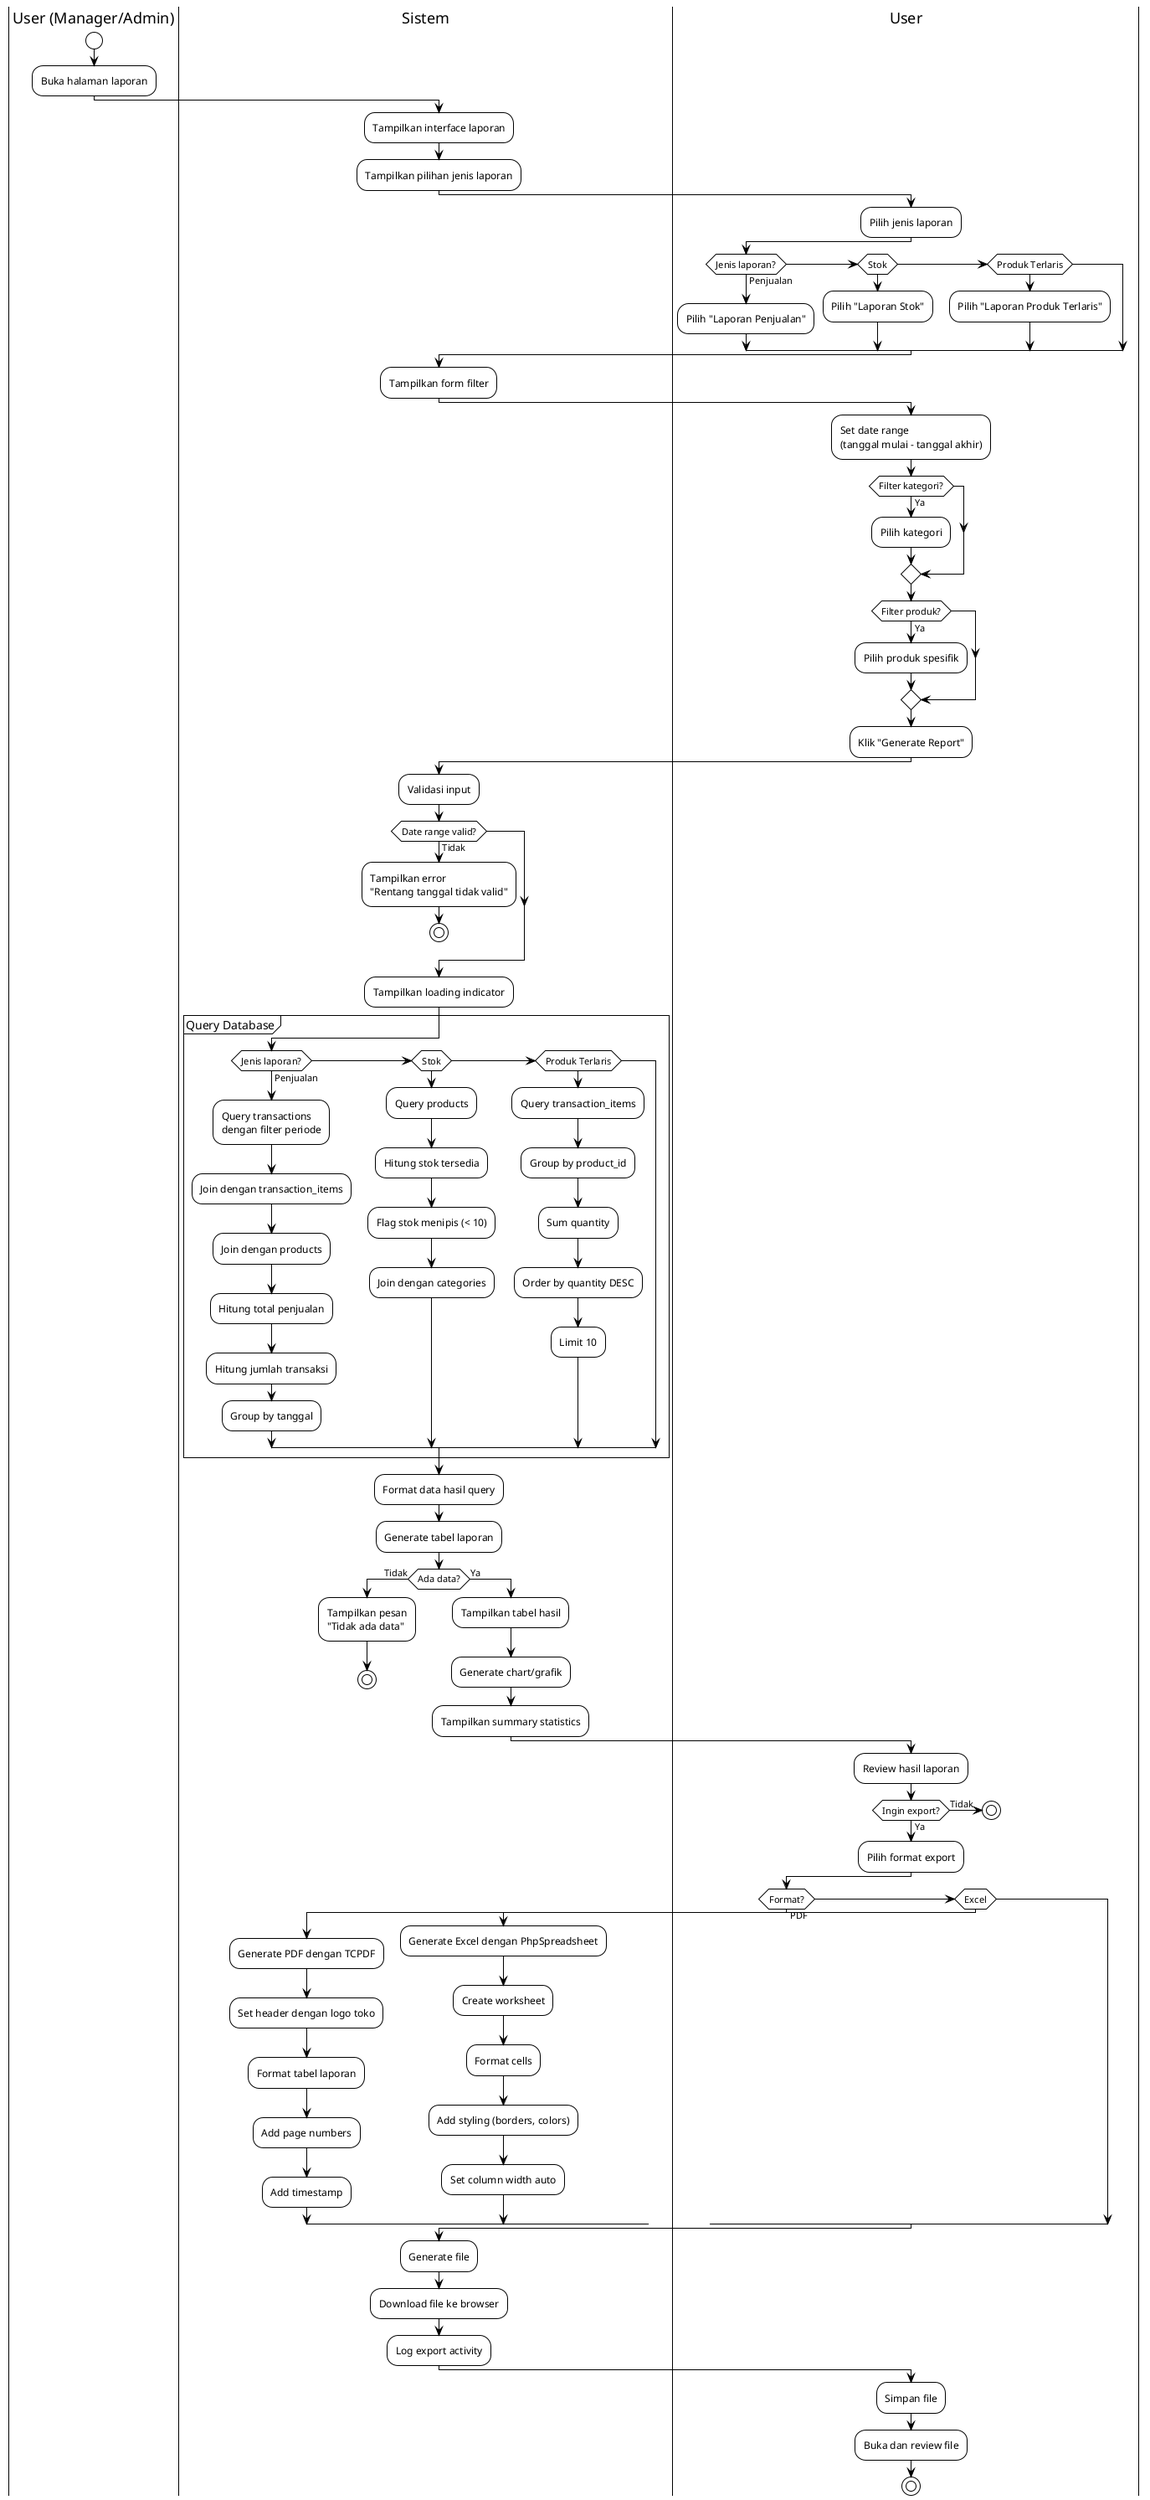
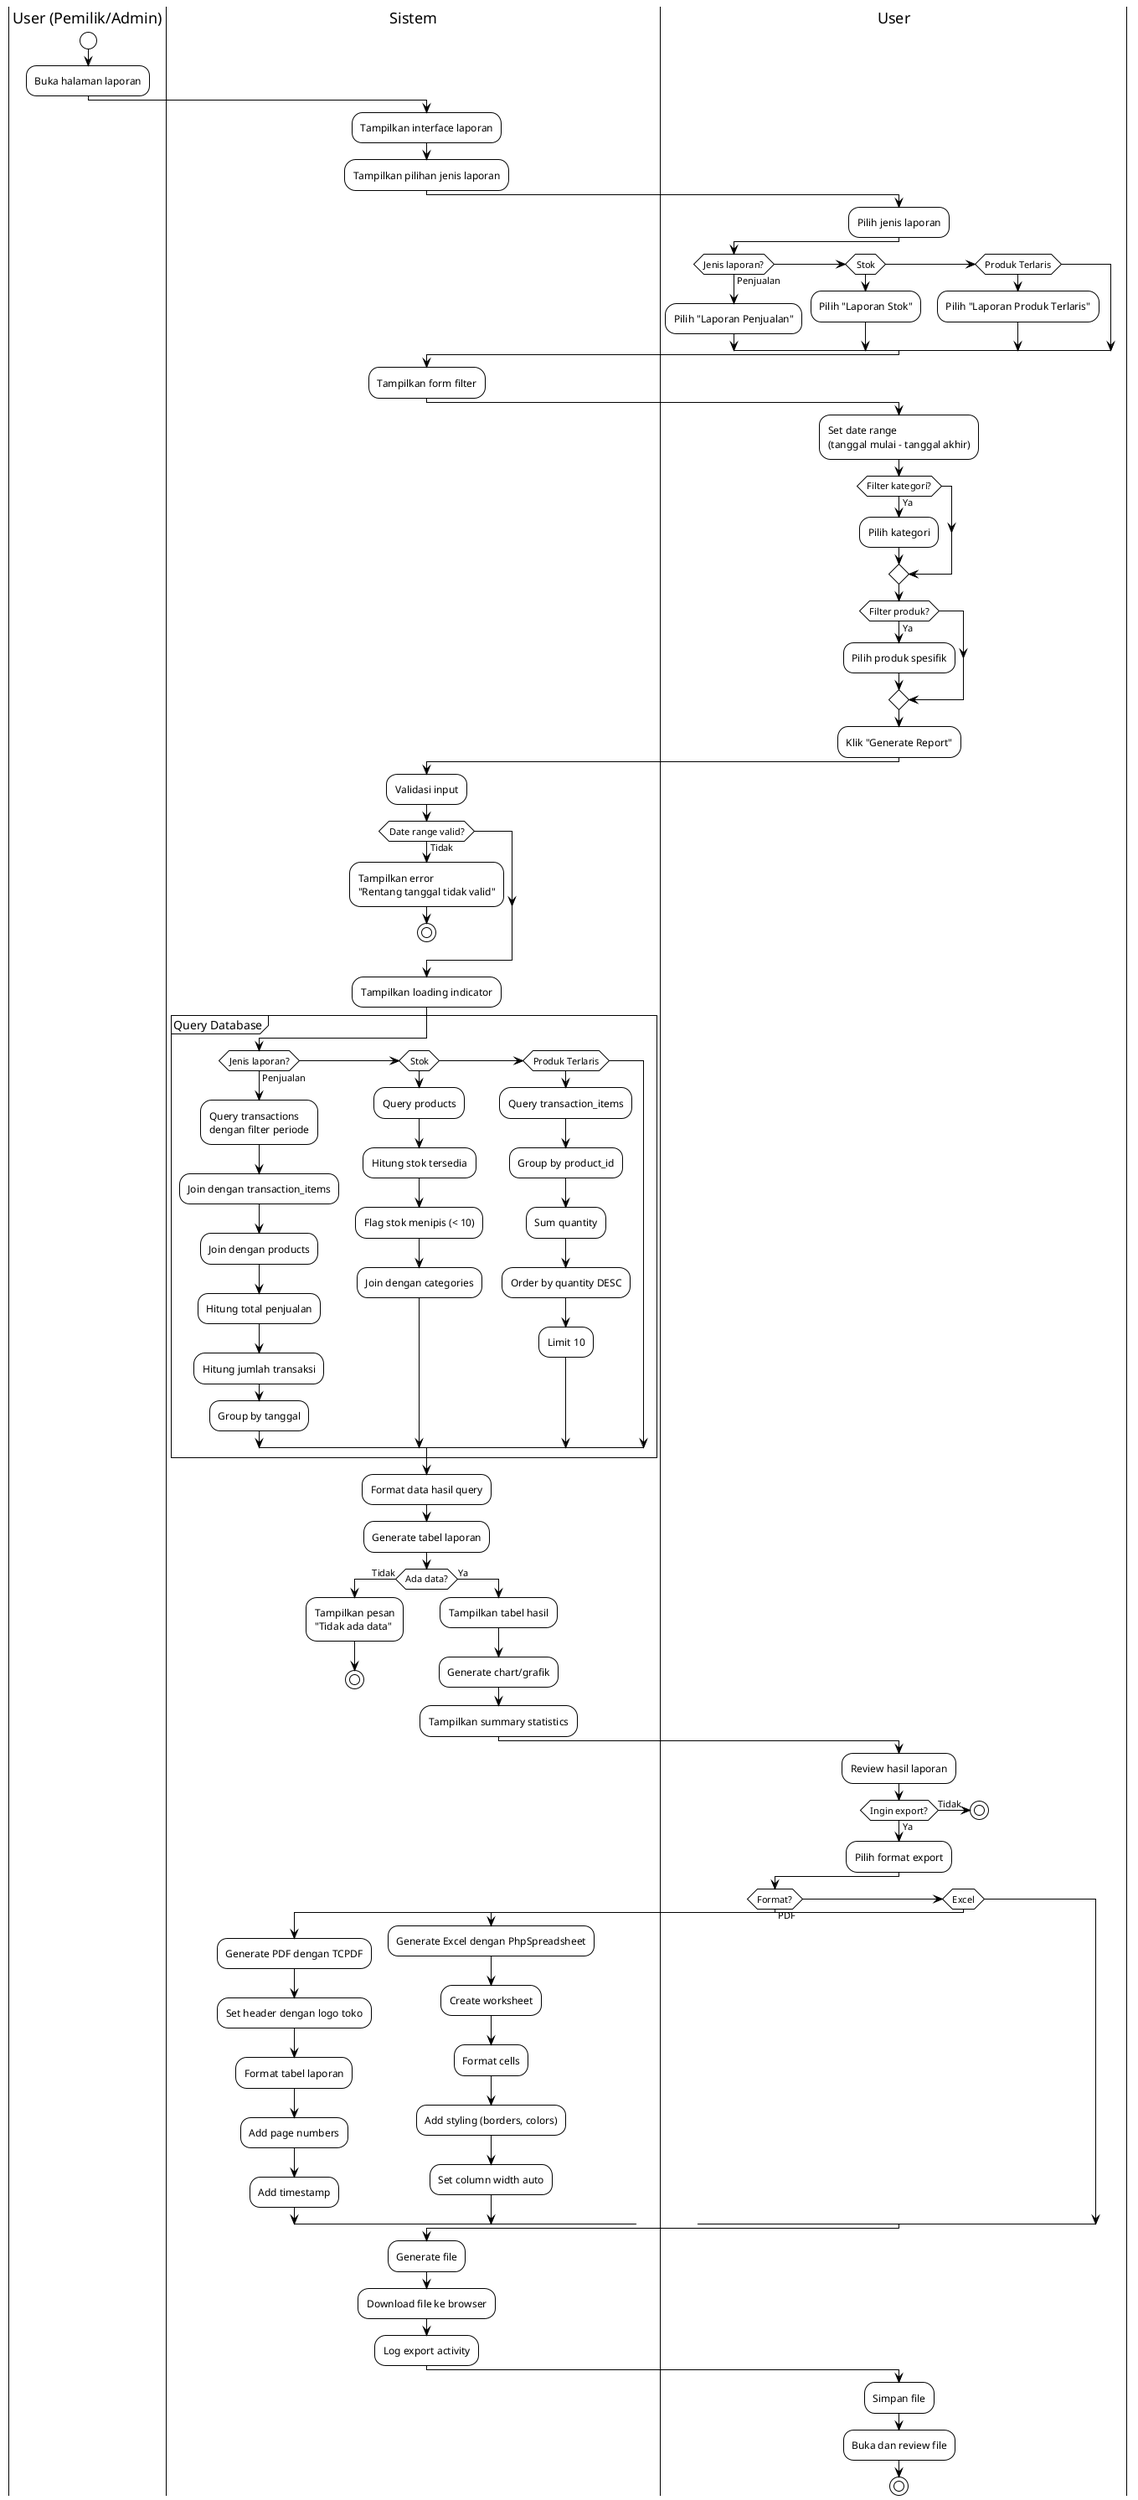
@startuml activity-laporan
!theme plain
skinparam backgroundColor #FFFFFF

- |User (Manager/Admin)|
+ |User (Pemilik/Admin)|
start
:Buka halaman laporan;

|Sistem|
:Tampilkan interface laporan;
:Tampilkan pilihan jenis laporan;

|User|
:Pilih jenis laporan;

if (Jenis laporan?) then (Penjualan)
  :Pilih "Laporan Penjualan";
elseif (Stok)
  :Pilih "Laporan Stok";
elseif (Produk Terlaris)
  :Pilih "Laporan Produk Terlaris";
endif

|Sistem|
:Tampilkan form filter;

|User|
:Set date range\n(tanggal mulai - tanggal akhir);

if (Filter kategori?) then (Ya)
  :Pilih kategori;
endif

if (Filter produk?) then (Ya)
  :Pilih produk spesifik;
endif

:Klik "Generate Report";

|Sistem|
:Validasi input;

if (Date range valid?) then (Tidak)
  :Tampilkan error\n"Rentang tanggal tidak valid";
  stop
endif

:Tampilkan loading indicator;

partition "Query Database" {
  if (Jenis laporan?) then (Penjualan)
    :Query transactions\ndengan filter periode;
    :Join dengan transaction_items;
    :Join dengan products;
    :Hitung total penjualan;
    :Hitung jumlah transaksi;
    :Group by tanggal;
  elseif (Stok)
    :Query products;
    :Hitung stok tersedia;
    :Flag stok menipis (< 10);
    :Join dengan categories;
  elseif (Produk Terlaris)
    :Query transaction_items;
    :Group by product_id;
    :Sum quantity;
    :Order by quantity DESC;
    :Limit 10;
  endif
}

:Format data hasil query;
:Generate tabel laporan;

if (Ada data?) then (Tidak)
  :Tampilkan pesan\n"Tidak ada data";
  stop
else (Ya)
  :Tampilkan tabel hasil;
  :Generate chart/grafik;
  :Tampilkan summary statistics;
endif

|User|
:Review hasil laporan;

if (Ingin export?) then (Tidak)
  stop
else (Ya)
  :Pilih format export;

  if (Format?) then (PDF)
    |Sistem|
    :Generate PDF dengan TCPDF;
    :Set header dengan logo toko;
    :Format tabel laporan;
    :Add page numbers;
    :Add timestamp;

  elseif (Excel)
    |Sistem|
    :Generate Excel dengan PhpSpreadsheet;
    :Create worksheet;
    :Format cells;
    :Add styling (borders, colors);
    :Set column width auto;
  endif

  :Generate file;
  :Download file ke browser;
  :Log export activity;

  |User|
  :Simpan file;
  :Buka dan review file;
endif

stop

@enduml
